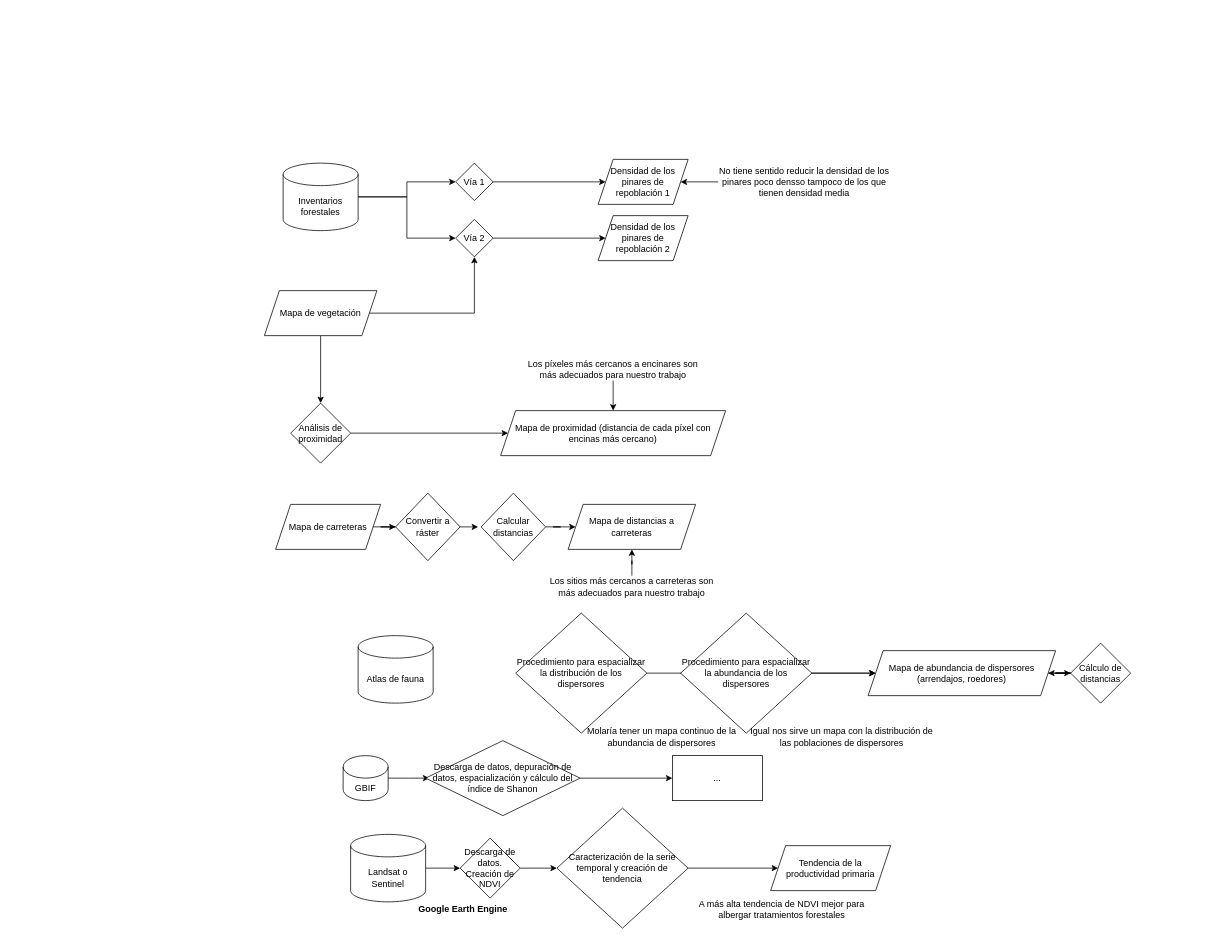
alba-linares/ecoinfo_densidad_pinar keeps this draw.io diagram as workflow_tf.drawio. Above is the earlier version. Source tidied: cells renumbered, new cells numbered last; positions are measured from the earlier drawing's top-left corner, leaving out a move shared by most shapes. Both pictures are drawn from the tidied source at 75%, with x=0, y=0 at pixel (264, 159).
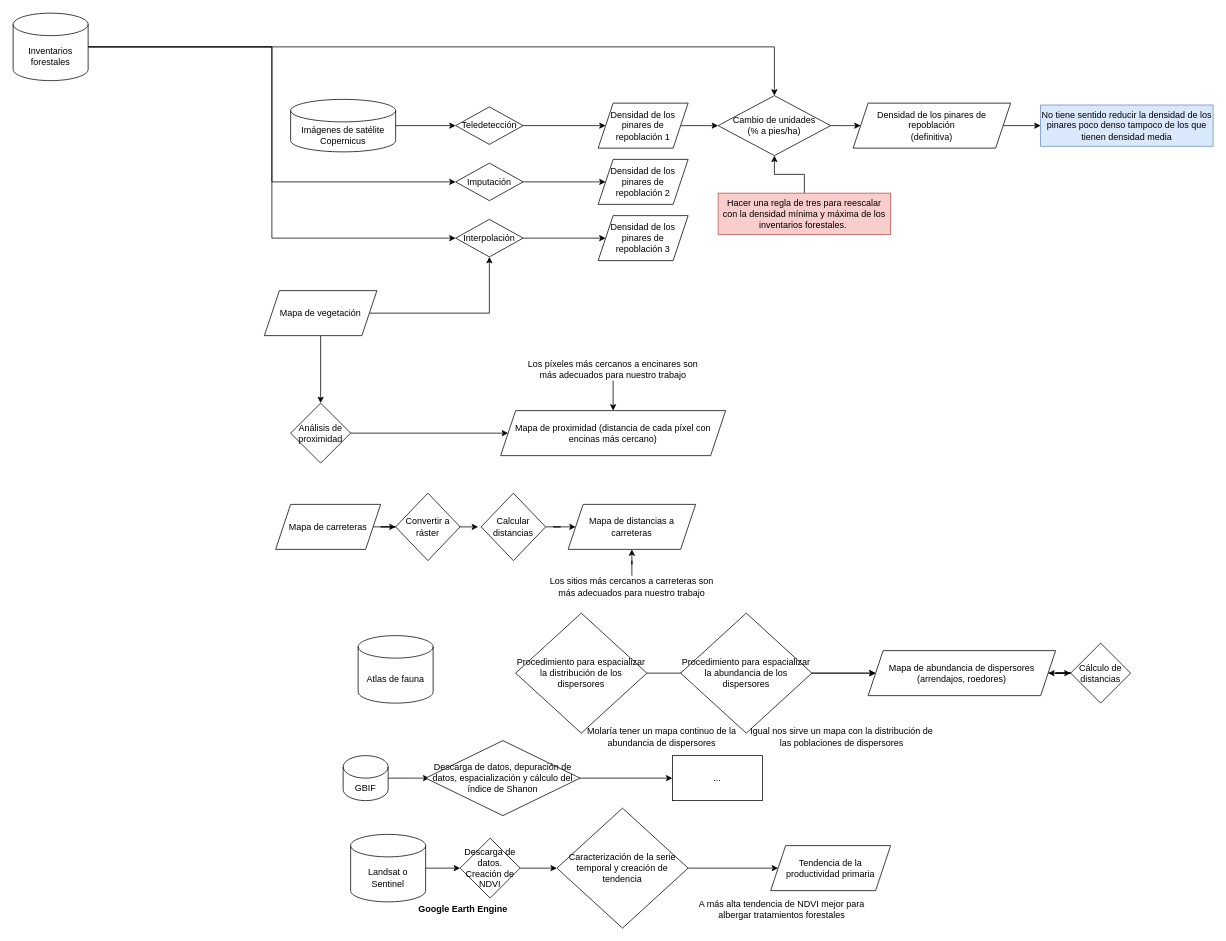
Above is the later version.

Commit message (it also covers changes not shown here):
he actualizado el flujo de trabajo, modificando la parte de densidad de pinares

Change to the diagram source:
```diff
@@
+    <mxCell id="55" style="edgeStyle=orthogonalEdgeStyle;rounded=0;jettySize=auto;html=1;" parent="1" edge="1" source="4" target="63">
+      <mxGeometry relative="1" as="geometry" />
+    </mxCell>
     <mxCell id="4" value="Inventarios forestales" style="shape=cylinder3;whiteSpace=wrap;html=1;boundedLbl=1;backgroundOutline=1;size=15;" parent="1" vertex="1">
-      <mxGeometry x="25" y="5" width="100" height="90" as="geometry" />
+      <mxGeometry x="-335" y="-195" width="100" height="90" as="geometry" />
     </mxCell>
@@
-    <mxCell id="11" value="Vía 1" style="rhombus;whiteSpace=wrap;html=1;" parent="1" vertex="1">
-      <mxGeometry x="255" y="5" width="50" height="50" as="geometry" />
+    <mxCell id="11" value="Imputación" style="rhombus;whiteSpace=wrap;html=1;" parent="1" vertex="1">
+      <mxGeometry x="255" y="5" width="90" height="50" as="geometry" />
     </mxCell>
@@
-    <mxCell id="13" value="Vía 2" style="rhombus;whiteSpace=wrap;html=1;" parent="1" vertex="1">
-      <mxGeometry x="255" y="80" width="50" height="50" as="geometry" />
+    <mxCell id="13" value="Interpolación" style="rhombus;whiteSpace=wrap;html=1;" parent="1" vertex="1">
+      <mxGeometry x="255" y="80" width="90" height="50" as="geometry" />
     </mxCell>
-    <mxCell id="14" value="Densidad de los pinares de repoblación 1" style="shape=parallelogram;perimeter=parallelogramPerimeter;whiteSpace=wrap;html=1;fixedSize=1;" parent="1" vertex="1">
+    <mxCell id="14" value="Densidad de los pinares de repoblación 2" style="shape=parallelogram;perimeter=parallelogramPerimeter;whiteSpace=wrap;html=1;fixedSize=1;" parent="1" vertex="1">
       <mxGeometry x="445" width="120" height="60" as="geometry" />
     </mxCell>
-    <mxCell id="15" value="No tiene sentido reducir la densidad de los pinares poco densso tampoco de los que tienen densidad media" style="text;html=1;strokeColor=none;fillColor=none;align=center;verticalAlign=middle;whiteSpace=wrap;rounded=0;" parent="1" vertex="1">
-      <mxGeometry x="605" y="15" width="230" height="30" as="geometry" />
+    <mxCell id="15" value="No tiene sentido reducir la densidad de los pinares poco denso tampoco de los que tienen densidad media" style="text;html=1;strokeColor=#6c8ebf;fillColor=#dae8fc;align=center;verticalAlign=middle;whiteSpace=wrap;rounded=0;" parent="1" vertex="1">
+      <mxGeometry x="1035" y="-72.5" width="230" height="55" as="geometry" />
     </mxCell>
-    <mxCell id="16" style="endArrow=classic;html=1;rounded=0;exitX=0;exitY=0.5;exitDx=0;exitDy=0;" parent="1" edge="1" source="15" target="14">
-      <mxGeometry relative="1" as="geometry" />
-    </mxCell>
-    <mxCell id="17" value="Densidad de los pinares de repoblación 2" style="shape=parallelogram;perimeter=parallelogramPerimeter;whiteSpace=wrap;html=1;fixedSize=1;" parent="1" vertex="1">
+    <mxCell id="17" value="Densidad de los pinares de repoblación 3" style="shape=parallelogram;perimeter=parallelogramPerimeter;whiteSpace=wrap;html=1;fixedSize=1;" parent="1" vertex="1">
       <mxGeometry x="445" y="75" width="120" height="60" as="geometry" />
     </mxCell>
@@
+    <mxCell id="56" style="edgeStyle=orthogonalEdgeStyle;rounded=0;jettySize=auto;html=1;entryX=0;entryY=0.5;entryDx=0;entryDy=0;" parent="1" edge="1" source="57" target="59">
+      <mxGeometry relative="1" as="geometry" />
+    </mxCell>
+    <mxCell id="57" value="Imágenes de satélite Copernicus" style="shape=cylinder3;whiteSpace=wrap;html=1;boundedLbl=1;backgroundOutline=1;size=15;" parent="1" vertex="1">
+      <mxGeometry x="35" y="-80" width="140" height="70" as="geometry" />
+    </mxCell>
+    <mxCell id="58" style="edgeStyle=orthogonalEdgeStyle;rounded=0;jettySize=auto;html=1;entryX=0;entryY=0.5;entryDx=0;entryDy=0;" parent="1" edge="1" source="59" target="61">
+      <mxGeometry relative="1" as="geometry" />
+    </mxCell>
+    <mxCell id="59" value="Teledetección" style="rhombus;whiteSpace=wrap;html=1;" parent="1" vertex="1">
+      <mxGeometry x="255" y="-70" width="90" height="50" as="geometry" />
+    </mxCell>
+    <mxCell id="60" style="edgeStyle=orthogonalEdgeStyle;rounded=0;jettySize=auto;html=1;entryX=0;entryY=0.5;entryDx=0;entryDy=0;" parent="1" edge="1" source="61" target="63">
+      <mxGeometry relative="1" as="geometry" />
+    </mxCell>
+    <mxCell id="61" value="Densidad de los pinares de repoblación 1" style="shape=parallelogram;perimeter=parallelogramPerimeter;whiteSpace=wrap;html=1;fixedSize=1;" parent="1" vertex="1">
+      <mxGeometry x="445" y="-75" width="120" height="60" as="geometry" />
+    </mxCell>
+    <mxCell id="62" style="edgeStyle=orthogonalEdgeStyle;rounded=0;jettySize=auto;html=1;" parent="1" edge="1" source="63">
+      <mxGeometry relative="1" as="geometry">
+        <mxPoint x="795" y="-45" as="targetPoint" />
+      </mxGeometry>
+    </mxCell>
+    <mxCell id="63" value="Cambio de unidades&lt;div&gt;(% a pies/ha)&lt;/div&gt;" style="rhombus;whiteSpace=wrap;html=1;" parent="1" vertex="1">
+      <mxGeometry x="605" y="-85" width="150" height="80" as="geometry" />
+    </mxCell>
+    <mxCell id="64" style="edgeStyle=orthogonalEdgeStyle;rounded=0;jettySize=auto;html=1;entryX=0.5;entryY=1;entryDx=0;entryDy=0;" parent="1" edge="1" source="65" target="63">
+      <mxGeometry relative="1" as="geometry" />
+    </mxCell>
+    <mxCell id="65" value="Hacer una regla de tres para reescalar con la densidad mínima y máxima de los inventarios forestales.&amp;nbsp;" style="text;html=1;strokeColor=#b85450;fillColor=#f8cecc;align=center;verticalAlign=middle;whiteSpace=wrap;rounded=0;" parent="1" vertex="1">
+      <mxGeometry x="605" y="45" width="230" height="55" as="geometry" />
+    </mxCell>
+    <mxCell id="66" style="edgeStyle=orthogonalEdgeStyle;rounded=0;jettySize=auto;html=1;entryX=0;entryY=0.5;entryDx=0;entryDy=0;" parent="1" edge="1" source="67" target="15">
+      <mxGeometry relative="1" as="geometry" />
+    </mxCell>
+    <mxCell id="67" value="Densidad de los pinares de repoblación&lt;div&gt;(definitiva)&lt;/div&gt;" style="shape=parallelogram;perimeter=parallelogramPerimeter;whiteSpace=wrap;html=1;fixedSize=1;" parent="1" vertex="1">
+      <mxGeometry x="785" y="-75" width="210" height="60" as="geometry" />
+    </mxCell>
```
